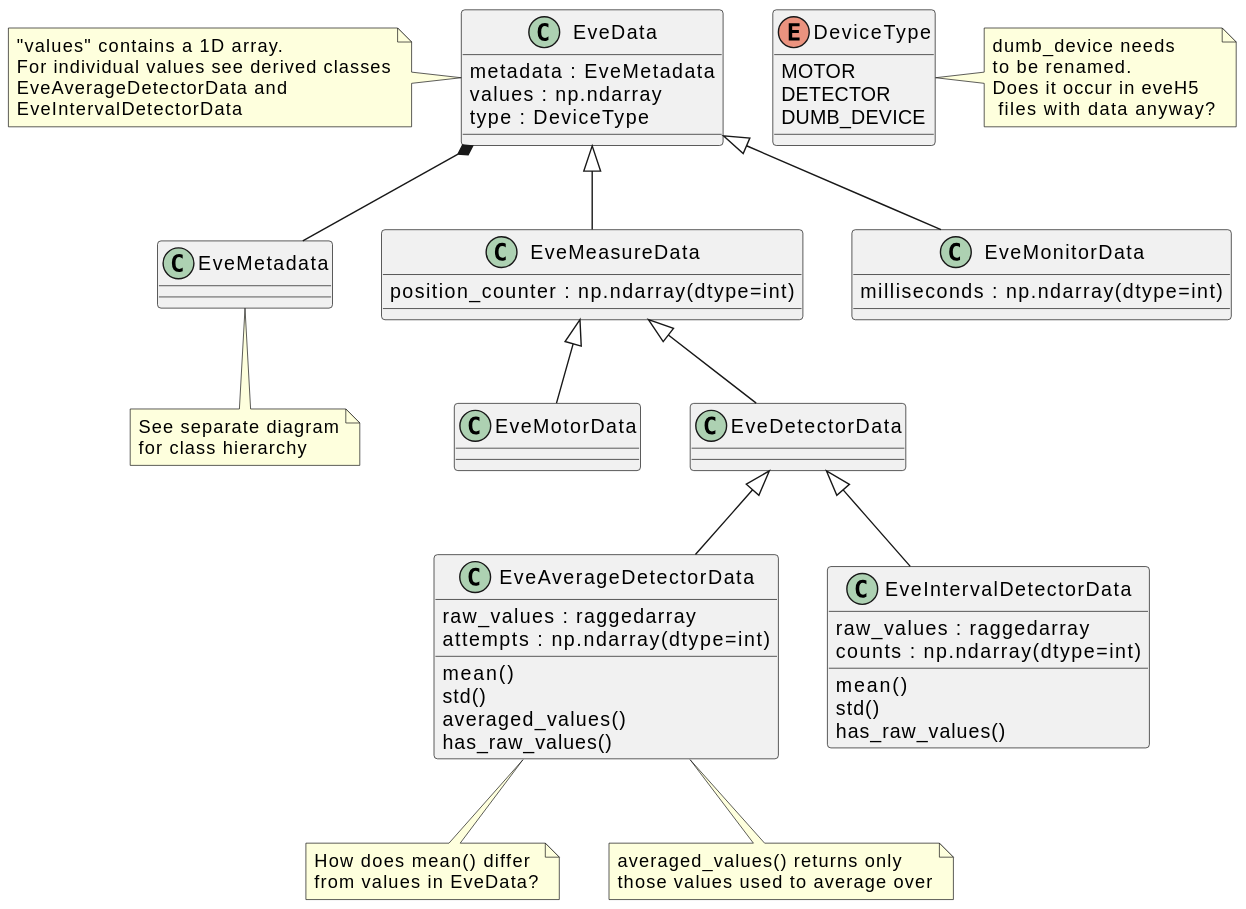
tillbiskup/evedata keeps this PlantUML diagram as docs/uml/evedata.evefile.evedata.svg. Above is the earlier version.
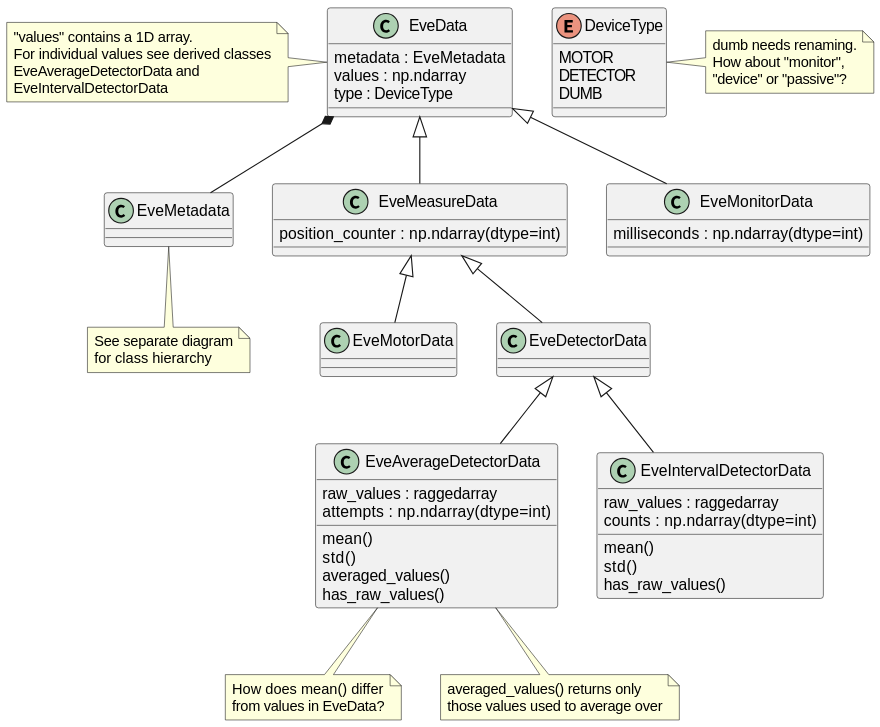
The same diagram one commit later.

Commit message:
Update UML diagrams for evedata and evemetadata classes; a lot more comments

Change to the diagram source:
```diff
@@ -10,9 +10,9 @@
 enum DeviceType {
     MOTOR
     DETECTOR
-    DUMB_DEVICE
+    DUMB
 }
-note right: dumb_device needs\nto be renamed.\nDoes it occur in eveH5\n files with data anyway?
+note right: dumb needs renaming.\nHow about "monitor",\n"device" or "passive"?
 
 class EveMetadata {
 }
```
